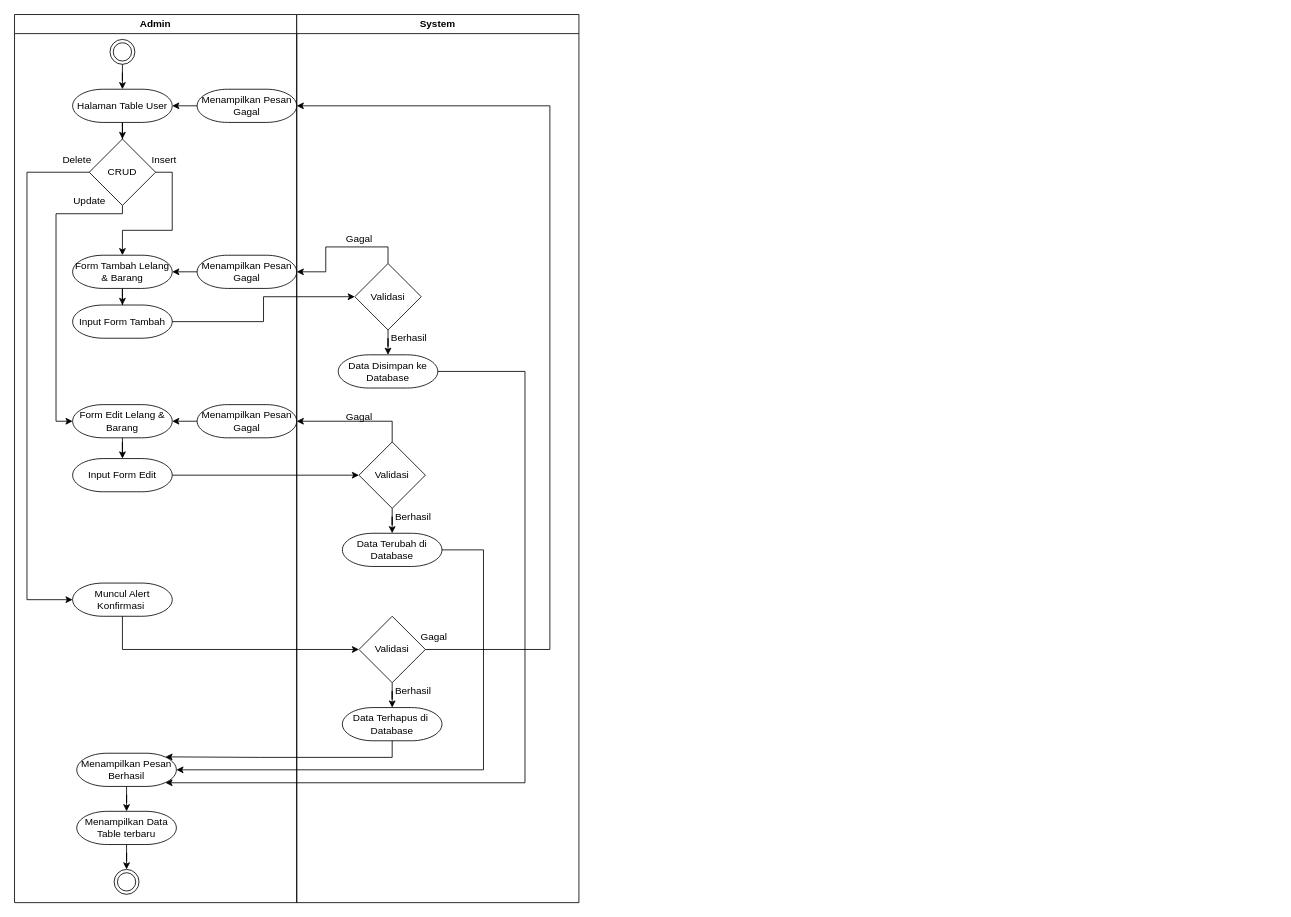
Above: page "Activity Diagram (CRUD User)" (8 of 12) of Untitled Diagram.drawio in Enricko/UML (draw.io), before the change. Source tidied: cells renumbered, new cells numbered last; positions are measured from the earlier drawing's top-left corner, leaving out a move shared by most shapes. Both pictures are drawn from the tidied source at 83%, with x=0, y=0 at pixel (14, 14).
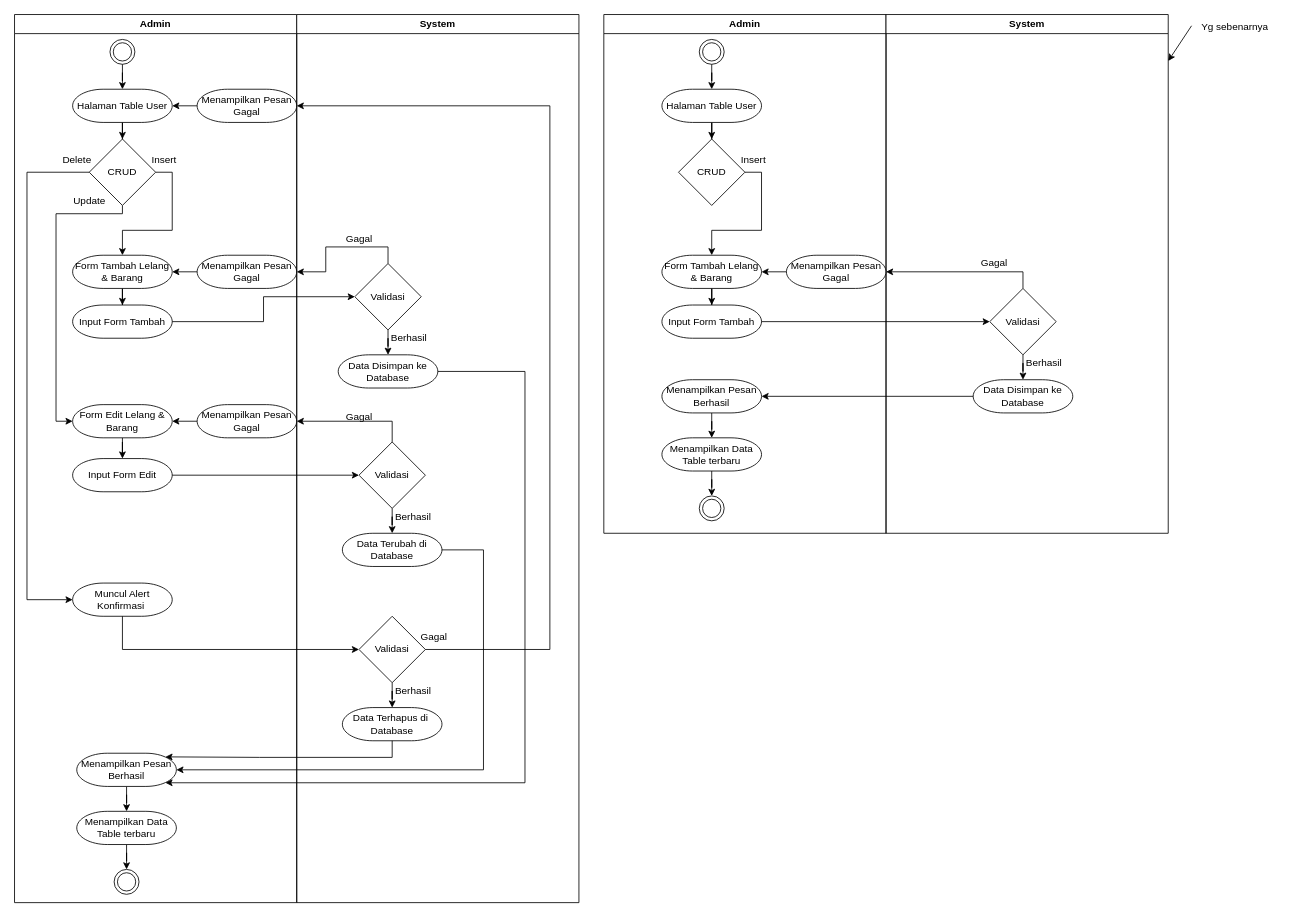
Above is the later version.

Change to the diagram source:
```diff
@@
+    <mxCell id="57" value="Admin" style="swimlane;whiteSpace=wrap;html=1;startSize=23;" parent="1" vertex="1">
+      <mxGeometry x="710" width="340" height="625" as="geometry" />
+    </mxCell>
+    <mxCell id="58" style="edgeStyle=orthogonalEdgeStyle;rounded=0;jettySize=auto;html=1;" parent="57" edge="1" source="59" target="63">
+      <mxGeometry relative="1" as="geometry" />
+    </mxCell>
+    <mxCell id="59" value="Halaman Table User" style="strokeWidth=1;html=1;shape=mxgraph.flowchart.terminator;whiteSpace=wrap;" parent="57" vertex="1">
+      <mxGeometry x="70" y="90" width="120" height="40" as="geometry" />
+    </mxCell>
+    <mxCell id="60" style="edgeStyle=orthogonalEdgeStyle;rounded=0;jettySize=auto;html=1;entryX=0.5;entryY=0;entryDx=0;entryDy=0;entryPerimeter=0;" parent="57" edge="1" source="61" target="59">
+      <mxGeometry relative="1" as="geometry" />
+    </mxCell>
+    <mxCell id="61" style="ellipse;html=1;shape=endState;strokeWidth=1;" parent="57" vertex="1">
+      <mxGeometry x="115" y="30" width="30" height="30" as="geometry" />
+    </mxCell>
+    <mxCell id="62" style="edgeStyle=orthogonalEdgeStyle;rounded=0;jettySize=auto;html=1;exitX=1;exitY=0.5;exitDx=0;exitDy=0;entryX=0.5;entryY=0;entryDx=0;entryDy=0;entryPerimeter=0;" parent="57" edge="1" source="63" target="65">
+      <mxGeometry relative="1" as="geometry" />
+    </mxCell>
+    <mxCell id="63" value="CRUD" style="rhombus;whiteSpace=wrap;html=1;strokeWidth=1;" parent="57" vertex="1">
+      <mxGeometry x="90" y="150" width="80" height="80" as="geometry" />
+    </mxCell>
+    <mxCell id="64" style="edgeStyle=orthogonalEdgeStyle;rounded=0;jettySize=auto;html=1;exitX=0.5;exitY=1;exitDx=0;exitDy=0;exitPerimeter=0;" parent="57" edge="1" source="65" target="67">
+      <mxGeometry relative="1" as="geometry" />
+    </mxCell>
+    <mxCell id="65" value="Form Tambah Lelang &amp;amp; Barang" style="strokeWidth=1;html=1;shape=mxgraph.flowchart.terminator;whiteSpace=wrap;" parent="57" vertex="1">
+      <mxGeometry x="70" y="290" width="120" height="40" as="geometry" />
+    </mxCell>
+    <mxCell id="66" value="Insert" style="text;html=1;align=center;verticalAlign=middle;strokeColor=none;fillColor=none;" parent="57" vertex="1">
+      <mxGeometry x="155" y="160" width="50" height="30" as="geometry" />
+    </mxCell>
+    <mxCell id="67" value="Input Form Tambah" style="strokeWidth=1;html=1;shape=mxgraph.flowchart.terminator;whiteSpace=wrap;" parent="57" vertex="1">
+      <mxGeometry x="70" y="350" width="120" height="40" as="geometry" />
+    </mxCell>
+    <mxCell id="68" style="edgeStyle=orthogonalEdgeStyle;rounded=0;jettySize=auto;html=1;exitX=0;exitY=0.5;exitDx=0;exitDy=0;exitPerimeter=0;entryX=1;entryY=0.5;entryDx=0;entryDy=0;entryPerimeter=0;" parent="57" edge="1" source="69" target="65">
+      <mxGeometry relative="1" as="geometry" />
+    </mxCell>
+    <mxCell id="69" value="Menampilkan Pesan Gagal" style="strokeWidth=1;html=1;shape=mxgraph.flowchart.terminator;whiteSpace=wrap;" parent="57" vertex="1">
+      <mxGeometry x="220" y="290" width="120" height="40" as="geometry" />
+    </mxCell>
+    <mxCell id="70" style="edgeStyle=orthogonalEdgeStyle;rounded=0;jettySize=auto;html=1;exitX=0.5;exitY=1;exitDx=0;exitDy=0;exitPerimeter=0;" parent="57" edge="1" source="71" target="74">
+      <mxGeometry relative="1" as="geometry" />
+    </mxCell>
+    <mxCell id="71" value="Menampilkan Pesan Berhasil" style="strokeWidth=1;html=1;shape=mxgraph.flowchart.terminator;whiteSpace=wrap;" parent="57" vertex="1">
+      <mxGeometry x="70" y="440" width="120" height="40" as="geometry" />
+    </mxCell>
+    <mxCell id="72" style="ellipse;html=1;shape=endState;strokeWidth=1;" parent="57" vertex="1">
+      <mxGeometry x="115" y="580" width="30" height="30" as="geometry" />
+    </mxCell>
+    <mxCell id="73" style="edgeStyle=orthogonalEdgeStyle;rounded=0;jettySize=auto;html=1;exitX=0.5;exitY=1;exitDx=0;exitDy=0;exitPerimeter=0;" parent="57" edge="1" source="74" target="72">
+      <mxGeometry relative="1" as="geometry" />
+    </mxCell>
+    <mxCell id="74" value="Menampilkan Data Table terbaru" style="strokeWidth=1;html=1;shape=mxgraph.flowchart.terminator;whiteSpace=wrap;" parent="57" vertex="1">
+      <mxGeometry x="70" y="510" width="120" height="40" as="geometry" />
+    </mxCell>
+    <mxCell id="75" value="System" style="swimlane;whiteSpace=wrap;html=1;" parent="1" vertex="1">
+      <mxGeometry x="1050" width="340" height="625" as="geometry" />
+    </mxCell>
+    <mxCell id="76" value="Validasi" style="rhombus;whiteSpace=wrap;html=1;strokeWidth=1;" parent="75" vertex="1">
+      <mxGeometry x="125" y="330" width="80" height="80" as="geometry" />
+    </mxCell>
+    <mxCell id="77" value="Data Disimpan ke Database" style="strokeWidth=1;html=1;shape=mxgraph.flowchart.terminator;whiteSpace=wrap;" parent="75" vertex="1">
+      <mxGeometry x="105" y="440" width="120" height="40" as="geometry" />
+    </mxCell>
+    <mxCell id="78" style="edgeStyle=orthogonalEdgeStyle;rounded=0;jettySize=auto;html=1;exitX=0.5;exitY=1;exitDx=0;exitDy=0;" parent="75" edge="1" source="76" target="77">
+      <mxGeometry relative="1" as="geometry" />
+    </mxCell>
+    <mxCell id="79" value="Berhasil" style="text;html=1;align=center;verticalAlign=middle;strokeColor=none;fillColor=none;" parent="75" vertex="1">
+      <mxGeometry x="155" y="405" width="70" height="30" as="geometry" />
+    </mxCell>
+    <mxCell id="80" style="edgeStyle=orthogonalEdgeStyle;rounded=0;jettySize=auto;html=1;exitX=1;exitY=0.5;exitDx=0;exitDy=0;exitPerimeter=0;entryX=0;entryY=0.5;entryDx=0;entryDy=0;" parent="1" edge="1" source="67" target="76">
+      <mxGeometry relative="1" as="geometry" />
+    </mxCell>
+    <mxCell id="81" style="edgeStyle=orthogonalEdgeStyle;rounded=0;jettySize=auto;html=1;exitX=0.5;exitY=0;exitDx=0;exitDy=0;entryX=1;entryY=0.5;entryDx=0;entryDy=0;entryPerimeter=0;" parent="1" edge="1" source="76" target="69">
+      <mxGeometry relative="1" as="geometry" />
+    </mxCell>
+    <mxCell id="82" value="Gagal" style="text;html=1;align=center;verticalAlign=middle;strokeColor=none;fillColor=none;" parent="1" vertex="1">
+      <mxGeometry x="1150" y="285" width="60" height="30" as="geometry" />
+    </mxCell>
+    <mxCell id="83" value="Yg sebenarnya" style="text;html=1;align=center;verticalAlign=middle;points=[];strokeColor=none;fillColor=none;" parent="1" vertex="1">
+      <mxGeometry x="1420" width="100" height="30" as="geometry" />
+    </mxCell>
+    <mxCell id="84" style="endArrow=classic;html=1;rounded=0;exitX=-0.019;exitY=0.452;exitDx=0;exitDy=0;exitPerimeter=0;" parent="1" edge="1" source="83" target="75">
+      <mxGeometry relative="1" as="geometry" />
+    </mxCell>
+    <mxCell id="85" style="edgeStyle=orthogonalEdgeStyle;rounded=0;jettySize=auto;html=1;exitX=0;exitY=0.5;exitDx=0;exitDy=0;exitPerimeter=0;entryX=1;entryY=0.5;entryDx=0;entryDy=0;entryPerimeter=0;" parent="1" edge="1" source="77" target="71">
+      <mxGeometry relative="1" as="geometry" />
+    </mxCell>
```
